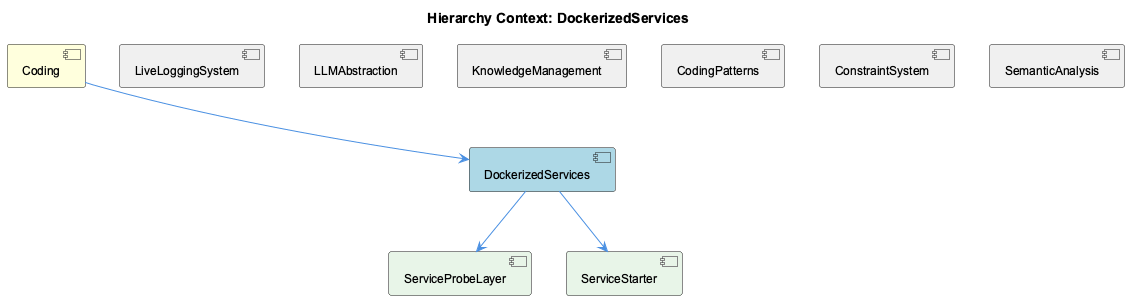
Before: knowledge-management/insights/images/dockerized-services-relationship.png, a diagram exported from PlantUML (fwornle/coding).
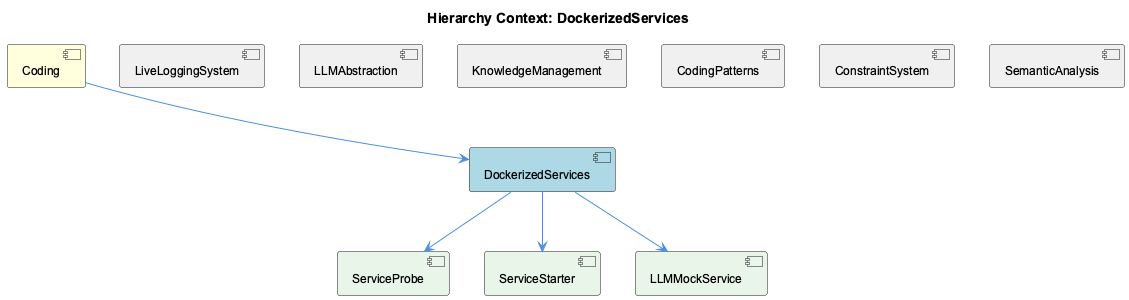
Later version of the same file.

Diff of the diagram source:
```diff
@@ -11,8 +11,9 @@
 [CodingPatterns] as coding_patterns #F0F0F0
 [ConstraintSystem] as constraint_system #F0F0F0
 [SemanticAnalysis] as semantic_analysis #F0F0F0
-[ServiceProbeLayer] as service_probe_layer #E8F5E8
+[ServiceProbe] as service_probe #E8F5E8
 [ServiceStarter] as service_starter #E8F5E8
+[LLMMockService] as llmmock_service #E8F5E8
 
 coding --> dockerized_services
 live_logging_system -[hidden]- dockerized_services
@@ -21,7 +22,8 @@
 coding_patterns -[hidden]- dockerized_services
 constraint_system -[hidden]- dockerized_services
 semantic_analysis -[hidden]- dockerized_services
-dockerized_services --> service_probe_layer
+dockerized_services --> service_probe
 dockerized_services --> service_starter
+dockerized_services --> llmmock_service
 
 @enduml
```
